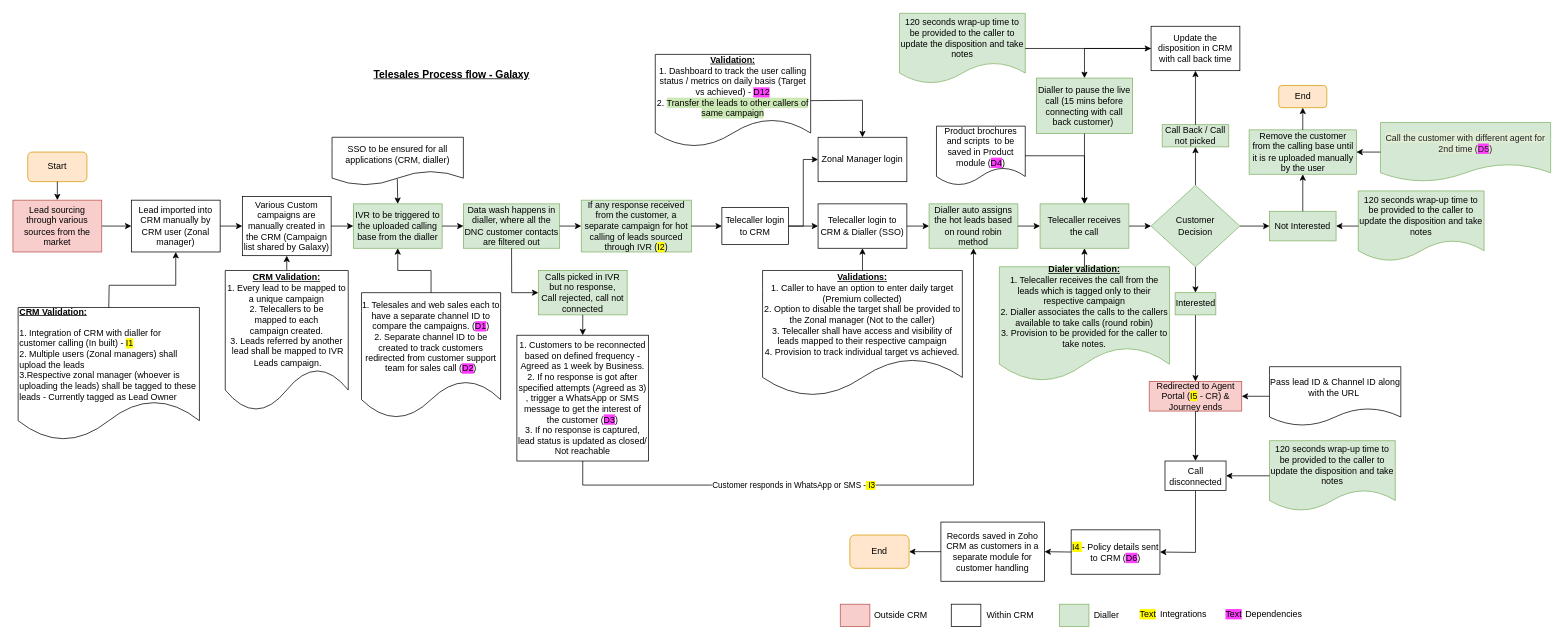
This is WebSales Revised.drawio from shaileshsreedar/Galaxy, a draw.io file, before an edit. Source tidied: cells renumbered, new cells numbered last; positions are measured from the earlier drawing's top-left corner, leaving out a move shared by most shapes. Both pictures are drawn from the tidied source at 74%, with x=0, y=0 at pixel (13, 13).
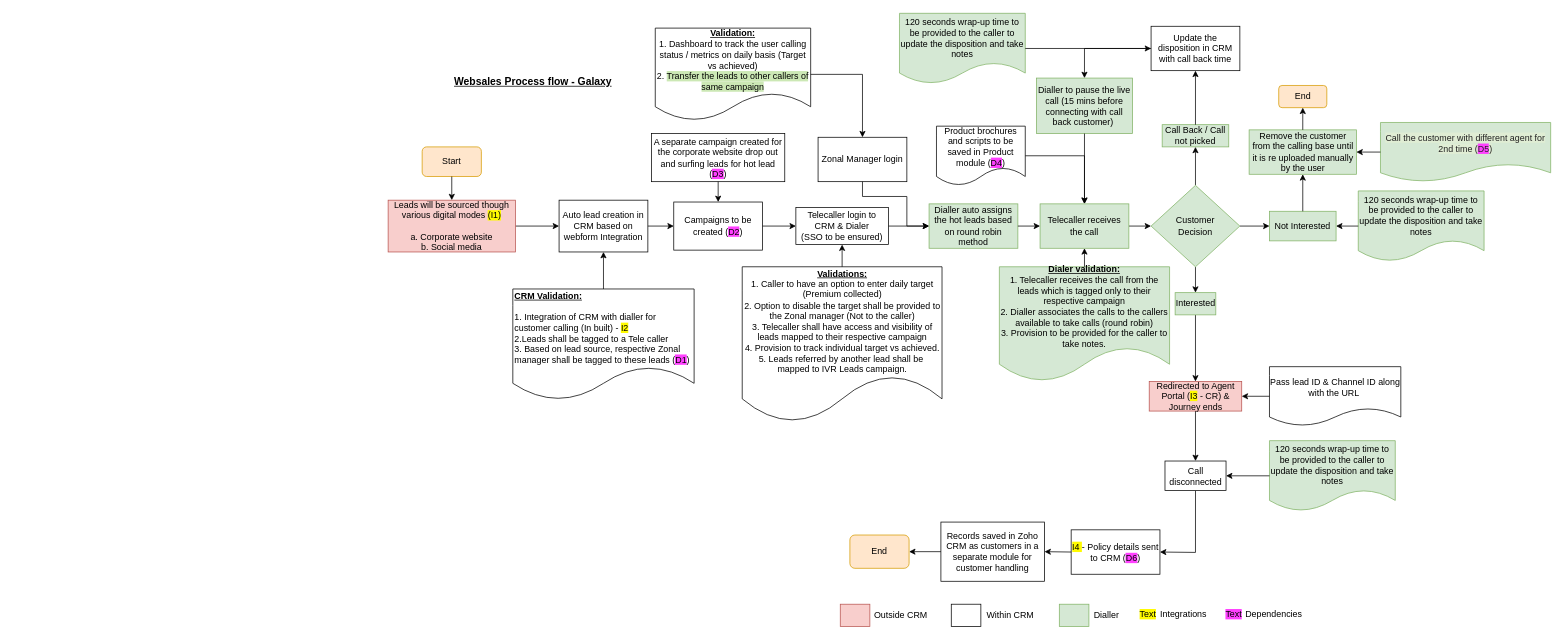
The same diagram, later.

The change refers to these unchanged cells:
```xml
<mxCell id="39" value="Dialler auto assigns the hot leads based on round robin method" style="rounded=0;whiteSpace=wrap;html=1;fillColor=#d5e8d4;strokeColor=#82b366;" parent="1" vertex="1">
  <mxGeometry x="1238" y="258" width="120" height="60" as="geometry" />
</mxCell>
<mxCell id="75" value="Zonal Manager login" style="rounded=0;whiteSpace=wrap;html=1;" parent="1" vertex="1">
  <mxGeometry x="1088" y="168" width="120" height="60" as="geometry" />
</mxCell>
```

Change to the diagram source:
```diff
@@
-    <mxCell id="3" value="Lead imported into CRM manually by CRM user (Zonal manager)" style="rounded=0;whiteSpace=wrap;html=1;" parent="1" vertex="1">
-      <mxGeometry x="160" y="253" width="120" height="70" as="geometry" />
+    <mxCell id="3" value="Auto lead creation in CRM based on webform Integration" style="rounded=0;whiteSpace=wrap;html=1;" parent="1" vertex="1">
+      <mxGeometry x="738" y="253" width="120" height="70" as="geometry" />
     </mxCell>
-    <mxCell id="4" value="IVR to be triggered to the uploaded calling base from the dialler" style="rounded=0;whiteSpace=wrap;html=1;fillColor=#d5e8d4;strokeColor=#82b366;" parent="1" vertex="1">
-      <mxGeometry x="460" y="258" width="120" height="60" as="geometry" />
-    </mxCell>
-    <mxCell id="5" value="Calls picked in IVR but no response,&lt;div&gt;Call rejected, call not connected&lt;/div&gt;" style="rounded=0;whiteSpace=wrap;html=1;fillColor=#d5e8d4;strokeColor=#82b366;" parent="1" vertex="1">
-      <mxGeometry x="710" y="348" width="120" height="60" as="geometry" />
-    </mxCell>
@@
-    <mxCell id="16" value="Redirected to Agent Portal (&lt;span style=&quot;background-color: rgb(255, 251, 0);&quot;&gt;I5&lt;/span&gt; - CR) &amp;amp; Journey ends" style="whiteSpace=wrap;html=1;fillColor=#f8cecc;strokeColor=#b85450;" parent="1" vertex="1">
+    <mxCell id="16" value="Redirected to Agent Portal (&lt;span style=&quot;background-color: rgb(255, 251, 0);&quot;&gt;I3&lt;/span&gt;&amp;nbsp;- CR) &amp;amp; Journey ends" style="whiteSpace=wrap;html=1;fillColor=#f8cecc;strokeColor=#b85450;" parent="1" vertex="1">
       <mxGeometry x="1535.5" y="498" width="125" height="40" as="geometry" />
     </mxCell>
@@
     <mxCell id="21" value="Start" style="rounded=1;whiteSpace=wrap;html=1;fillColor=#ffe6cc;strokeColor=#d79b00;" parent="1" vertex="1">
-      <mxGeometry x="20" y="188" width="80" height="40" as="geometry" />
+      <mxGeometry x="553" y="181" width="80" height="40" as="geometry" />
     </mxCell>
-    <mxCell id="22" value="Lead sourcing through various sources from the market" style="rounded=0;whiteSpace=wrap;html=1;fillColor=#f8cecc;strokeColor=#b85450;" parent="1" vertex="1">
-      <mxGeometry y="253" width="120" height="70" as="geometry" />
+    <mxCell id="22" value="Leads will be sourced though various digital modes&amp;nbsp;&lt;span style=&quot;background-color: rgb(255, 251, 0);&quot;&gt;(I1)&lt;/span&gt;&lt;div&gt;&lt;span style=&quot;background-color: rgb(255, 251, 0);&quot;&gt;&lt;br&gt;&lt;/span&gt;&lt;/div&gt;&lt;div&gt;a. Corporate website&lt;span style=&quot;background-color: rgb(255, 251, 0);&quot;&gt;&lt;br&gt;&lt;/span&gt;&lt;/div&gt;&lt;div&gt;b. Social media&lt;/div&gt;" style="rounded=0;whiteSpace=wrap;html=1;fillColor=#f8cecc;strokeColor=#b85450;" parent="1" vertex="1">
+      <mxGeometry x="507" y="253" width="172" height="70" as="geometry" />
     </mxCell>
@@
-    <mxCell id="24" value="&lt;b&gt;&lt;u&gt;CRM Validation:&lt;/u&gt;&lt;/b&gt;&lt;div&gt;&lt;b&gt;&lt;u&gt;&lt;br&gt;&lt;/u&gt;&lt;/b&gt;&lt;div&gt;1. Integration of CRM with dialler for customer calling (In built) - &lt;span style=&quot;background-color: rgb(255, 251, 0);&quot;&gt;I1&lt;/span&gt;&lt;/div&gt;&lt;div&gt;2. Multiple users (Zonal managers) shall upload the leads&lt;/div&gt;&lt;div&gt;3.Respective zonal manager (whoever is uploading the leads) shall be tagged to these leads - Currently tagged as Lead Owner&lt;/div&gt;&lt;/div&gt;" style="shape=document;whiteSpace=wrap;html=1;boundedLbl=1;align=left;" parent="1" vertex="1">
-      <mxGeometry x="7" y="398" width="245" height="180" as="geometry" />
+    <mxCell id="24" value="&lt;b&gt;&lt;u&gt;CRM Validation:&lt;/u&gt;&lt;/b&gt;&lt;div&gt;&lt;b&gt;&lt;u&gt;&lt;br&gt;&lt;/u&gt;&lt;/b&gt;&lt;div&gt;1. Integration of CRM with dialler for customer calling (In built) - &lt;span style=&quot;background-color: rgb(255, 251, 0);&quot;&gt;I2&lt;/span&gt;&lt;/div&gt;&lt;div&gt;2.Leads shall be tagged to a Tele caller&lt;/div&gt;&lt;/div&gt;&lt;div&gt;3. Based on lead source, respective Zonal manager shall be tagged to these leads (&lt;span style=&quot;background-color: rgb(255, 64, 255);&quot;&gt;D1&lt;/span&gt;)&lt;/div&gt;" style="shape=document;whiteSpace=wrap;html=1;boundedLbl=1;align=left;" parent="1" vertex="1">
+      <mxGeometry x="675.5" y="373" width="245" height="150" as="geometry" />
     </mxCell>
-    <mxCell id="25" style="endArrow=classic;html=1;rounded=0;exitX=0.5;exitY=0;exitDx=0;exitDy=0;entryX=0.5;entryY=1;entryDx=0;entryDy=0;" parent="1" edge="1" source="24" target="3">
-      <mxGeometry relative="1" as="geometry">
-        <Array as="points">
-          <mxPoint x="130" y="368" />
-          <mxPoint x="220" y="368" />
-        </Array>
-      </mxGeometry>
-    </mxCell>
-    <mxCell id="26" style="endArrow=classic;html=1;rounded=0;exitX=1;exitY=0.5;exitDx=0;exitDy=0;entryX=0;entryY=0.5;entryDx=0;entryDy=0;" parent="1" edge="1" source="3" target="41">
-      <mxGeometry relative="1" as="geometry" />
-    </mxCell>
-    <mxCell id="27" value="SSO to be ensured for all applications (CRM, dialler)" style="shape=document;whiteSpace=wrap;html=1;boundedLbl=1;" parent="1" vertex="1">
-      <mxGeometry x="431.2" y="168" width="177.5" height="65" as="geometry" />
-    </mxCell>
-    <mxCell id="28" style="endArrow=classic;html=1;rounded=0;exitX=0.497;exitY=0.865;exitDx=0;exitDy=0;exitPerimeter=0;entryX=0.5;entryY=0;entryDx=0;entryDy=0;" parent="1" edge="1" source="27" target="4">
-      <mxGeometry relative="1" as="geometry" />
-    </mxCell>
-    <mxCell id="29" value="Data wash happens in dialler, where all the DNC customer contacts are filtered out" style="rounded=0;whiteSpace=wrap;html=1;fillColor=#d5e8d4;strokeColor=#82b366;" parent="1" vertex="1">
-      <mxGeometry x="608.8" y="258" width="130" height="60" as="geometry" />
-    </mxCell>
-    <mxCell id="30" value="If any response received from the customer, a separate campaign for hot calling of leads sourced through IVR (&lt;span style=&quot;background-color: rgb(255, 251, 0);&quot;&gt;I2&lt;/span&gt;)" style="rounded=0;whiteSpace=wrap;html=1;fillColor=#d5e8d4;strokeColor=#82b366;" parent="1" vertex="1">
-      <mxGeometry x="768" y="253" width="148.8" height="70" as="geometry" />
-    </mxCell>
-    <mxCell id="31" style="endArrow=classic;html=1;rounded=0;exitX=1;exitY=0.5;exitDx=0;exitDy=0;entryX=0;entryY=0.5;entryDx=0;entryDy=0;" parent="1" edge="1" source="4" target="29">
-      <mxGeometry relative="1" as="geometry" />
-    </mxCell>
-    <mxCell id="32" style="endArrow=classic;html=1;rounded=0;exitX=1;exitY=0.5;exitDx=0;exitDy=0;entryX=0;entryY=0.5;entryDx=0;entryDy=0;" parent="1" edge="1" source="29" target="30">
-      <mxGeometry relative="1" as="geometry" />
-    </mxCell>
-    <mxCell id="33" style="endArrow=classic;html=1;rounded=0;exitX=0.5;exitY=1;exitDx=0;exitDy=0;entryX=0;entryY=0.5;entryDx=0;entryDy=0;" parent="1" edge="1" source="29" target="5">
-      <mxGeometry relative="1" as="geometry">
-        <Array as="points">
-          <mxPoint x="674" y="378" />
-        </Array>
-      </mxGeometry>
-    </mxCell>
-    <mxCell id="34" style="endArrow=classic;html=1;rounded=0;exitX=0.5;exitY=1;exitDx=0;exitDy=0;entryX=0.5;entryY=0;entryDx=0;entryDy=0;" parent="1" edge="1" source="5" target="35">
-      <mxGeometry relative="1" as="geometry" />
-    </mxCell>
-    <mxCell id="35" value="1. Customers to be reconnected based on defined frequency - Agreed as 1 week by Business.&lt;div&gt;2. If no response is got after specified attempts (Agreed as 3) , trigger a WhatsApp or SMS message to get the interest of the customer (&lt;span style=&quot;background-color: rgb(255, 64, 255);&quot;&gt;D3&lt;/span&gt;)&lt;/div&gt;&lt;div&gt;3. If no response is captured, lead status is updated as closed/ Not reachable&lt;/div&gt;" style="rounded=0;whiteSpace=wrap;html=1;" parent="1" vertex="1">
-      <mxGeometry x="681" y="435.5" width="178" height="170" as="geometry" />
-    </mxCell>
-    <mxCell id="36" style="endArrow=classic;html=1;rounded=0;exitX=1;exitY=0.5;exitDx=0;exitDy=0;entryX=0;entryY=0.5;entryDx=0;entryDy=0;" parent="1" edge="1" source="30" target="73">
-      <mxGeometry relative="1" as="geometry" />
-    </mxCell>
-    <mxCell id="37" value="1. Telesales and web sales each to have a separate channel ID to compare the campaigns. (&lt;span style=&quot;background-color: rgb(255, 64, 255);&quot;&gt;D1&lt;/span&gt;)&lt;div&gt;2. Separate channel ID to be created to track customers redirected from customer support team for sales call (&lt;span style=&quot;background-color: rgb(255, 51, 255);&quot;&gt;D2&lt;/span&gt;)&lt;/div&gt;" style="shape=document;whiteSpace=wrap;html=1;boundedLbl=1;" parent="1" vertex="1">
-      <mxGeometry x="471" y="378" width="188" height="170" as="geometry" />
-    </mxCell>
-    <mxCell id="38" style="endArrow=classic;html=1;rounded=0;exitX=0.5;exitY=0;exitDx=0;exitDy=0;entryX=0.5;entryY=1;entryDx=0;entryDy=0;" parent="1" edge="1" source="37" target="4">
-      <mxGeometry relative="1" as="geometry">
-        <Array as="points">
-          <mxPoint x="565" y="348" />
-          <mxPoint x="520" y="348" />
-        </Array>
-      </mxGeometry>
-    </mxCell>
@@
-    <mxCell id="41" value="Various Custom campaigns are manually created in the CRM (Campaign list shared by Galaxy)" style="rounded=0;whiteSpace=wrap;html=1;" parent="1" vertex="1">
-      <mxGeometry x="310" y="248" width="120" height="80" as="geometry" />
-    </mxCell>
-    <mxCell id="42" style="endArrow=classic;html=1;rounded=0;exitX=1;exitY=0.5;exitDx=0;exitDy=0;entryX=0;entryY=0.5;entryDx=0;entryDy=0;" parent="1" edge="1" source="41" target="4">
-      <mxGeometry relative="1" as="geometry" />
-    </mxCell>
-    <mxCell id="43" value="&lt;b&gt;&lt;u&gt;CRM Validation:&lt;/u&gt;&lt;/b&gt;&lt;div&gt;1. Every lead to be mapped to a unique campaign&lt;/div&gt;&lt;div&gt;2. T&lt;span style=&quot;white-space: pre;&quot;&gt;elecallers to be&lt;/span&gt;&lt;/div&gt;&lt;div&gt;&lt;span style=&quot;white-space: pre;&quot;&gt; mapped to each&amp;nbsp;&lt;/span&gt;&lt;/div&gt;&lt;div&gt;&lt;span style=&quot;white-space: pre;&quot;&gt;campaign created.&lt;/span&gt;&lt;/div&gt;&lt;div&gt;&lt;span style=&quot;white-space: pre;&quot;&gt;3. Leads referred by another&lt;/span&gt;&lt;/div&gt;&lt;div&gt;&lt;span style=&quot;white-space: pre;&quot;&gt; lead&amp;nbsp;&lt;/span&gt;&lt;span style=&quot;white-space: pre;&quot;&gt;shall be mapped to IVR&lt;/span&gt;&lt;/div&gt;&lt;div&gt;&lt;span style=&quot;white-space: pre;&quot;&gt; Leads &lt;/span&gt;&lt;span style=&quot;white-space: pre;&quot;&gt;campaign.&lt;/span&gt;&lt;/div&gt;" style="shape=document;whiteSpace=wrap;html=1;boundedLbl=1;" parent="1" vertex="1">
-      <mxGeometry x="286.9" y="348" width="166.2" height="190" as="geometry" />
-    </mxCell>
-    <mxCell id="44" style="endArrow=classic;html=1;rounded=0;exitX=0.5;exitY=0;exitDx=0;exitDy=0;entryX=0.5;entryY=1;entryDx=0;entryDy=0;" parent="1" edge="1" source="43" target="41">
-      <mxGeometry relative="1" as="geometry" />
-    </mxCell>
@@
-    <mxCell id="66" value="Product brochures and scripts &amp;nbsp;to be saved in Product module (&lt;span style=&quot;background-color: rgb(255, 64, 255);&quot;&gt;D4&lt;/span&gt;)" style="shape=document;whiteSpace=wrap;html=1;boundedLbl=1;" parent="1" vertex="1">
+    <mxCell id="66" value="Product brochures and scripts to be saved in Product module (&lt;span style=&quot;background-color: rgb(255, 64, 255);&quot;&gt;D4&lt;/span&gt;)" style="shape=document;whiteSpace=wrap;html=1;boundedLbl=1;" parent="1" vertex="1">
       <mxGeometry x="1248" y="153" width="120" height="80" as="geometry" />
     </mxCell>
@@
-    <mxCell id="68" value="&lt;b&gt;&lt;u&gt;Validations:&lt;/u&gt;&lt;/b&gt;&lt;div&gt;1. Caller to have an option to enter daily target (Premium collected)&lt;/div&gt;&lt;div&gt;2. Option to disable the target shall be provided to the Zonal manager (Not to the caller)&lt;/div&gt;&lt;div&gt;3. Telecaller shall have access and visibility of leads mapped to their respective campaign&lt;/div&gt;&lt;div&gt;4. Provision to track individual target vs achieved.&lt;/div&gt;" style="shape=document;whiteSpace=wrap;html=1;boundedLbl=1;" parent="1" vertex="1">
-      <mxGeometry x="1013" y="348" width="270" height="170" as="geometry" />
+    <mxCell id="68" value="&lt;b&gt;&lt;u&gt;Validations:&lt;/u&gt;&lt;/b&gt;&lt;div&gt;1. Caller to have an option to enter daily target (Premium collected)&lt;/div&gt;&lt;div&gt;2. Option to disable the target shall be provided to the Zonal manager (Not to the caller)&lt;/div&gt;&lt;div&gt;3. Telecaller shall have access and visibility of leads mapped to their respective campaign&lt;/div&gt;&lt;div&gt;4. Provision to track individual target vs achieved.&lt;/div&gt;&lt;div&gt;&lt;div&gt;&lt;span style=&quot;white-space: pre;&quot;&gt;5. Leads referred by another &lt;/span&gt;&lt;span style=&quot;white-space: pre;&quot;&gt;lead&amp;nbsp;&lt;/span&gt;&lt;span style=&quot;white-space: pre;&quot;&gt;shall be&amp;nbsp;&lt;/span&gt;&lt;/div&gt;&lt;div&gt;&lt;span style=&quot;white-space: pre;&quot;&gt;mapped to IVR &lt;/span&gt;&lt;span style=&quot;white-space: pre;&quot;&gt;Leads &lt;/span&gt;&lt;span style=&quot;white-space: pre;&quot;&gt;campaign.&lt;/span&gt;&lt;/div&gt;&lt;/div&gt;" style="shape=document;whiteSpace=wrap;html=1;boundedLbl=1;" parent="1" vertex="1">
+      <mxGeometry x="985.5" y="343" width="270" height="210" as="geometry" />
     </mxCell>
@@
-    <mxCell id="70" value="Telecaller login to CRM &amp;amp; Dialler (SSO)" style="rounded=0;whiteSpace=wrap;html=1;" parent="1" vertex="1">
-      <mxGeometry x="1088" y="258" width="120" height="60" as="geometry" />
-    </mxCell>
-    <mxCell id="71" style="endArrow=classic;html=1;rounded=0;exitX=1;exitY=0.5;exitDx=0;exitDy=0;entryX=0;entryY=0.5;entryDx=0;entryDy=0;" parent="1" edge="1" source="70" target="39">
+    <mxCell id="71" style="endArrow=classic;html=1;rounded=0;exitX=1;exitY=0.5;exitDx=0;exitDy=0;entryX=0;entryY=0.5;entryDx=0;entryDy=0;" parent="1" edge="1" source="73" target="39">
       <mxGeometry relative="1" as="geometry" />
     </mxCell>
-    <mxCell id="72" style="endArrow=classic;html=1;rounded=0;exitX=0.5;exitY=0;exitDx=0;exitDy=0;entryX=0.5;entryY=1;entryDx=0;entryDy=0;" parent="1" edge="1" source="68" target="70">
+    <mxCell id="72" style="endArrow=classic;html=1;rounded=0;exitX=0.5;exitY=0;exitDx=0;exitDy=0;entryX=0.5;entryY=1;entryDx=0;entryDy=0;" parent="1" edge="1" source="68" target="73">
       <mxGeometry relative="1" as="geometry" />
     </mxCell>
-    <mxCell id="73" value="Telecaller login to CRM" style="rounded=0;whiteSpace=wrap;html=1;" parent="1" vertex="1">
-      <mxGeometry x="958" y="263" width="90" height="50" as="geometry" />
+    <mxCell id="73" value="Telecaller login to CRM &amp;amp; Dialer&lt;div&gt;(SSO to be ensured)&lt;/div&gt;" style="rounded=0;whiteSpace=wrap;html=1;" parent="1" vertex="1">
+      <mxGeometry x="1058" y="263" width="125" height="50" as="geometry" />
     </mxCell>
-    <mxCell id="74" style="endArrow=classic;html=1;rounded=0;exitX=1;exitY=0.5;exitDx=0;exitDy=0;entryX=0;entryY=0.5;entryDx=0;entryDy=0;" parent="1" edge="1" source="73" target="70">
-      <mxGeometry relative="1" as="geometry" />
-    </mxCell>
@@
-    <mxCell id="76" style="endArrow=classic;html=1;rounded=0;exitX=1;exitY=0.5;exitDx=0;exitDy=0;entryX=0;entryY=0.5;entryDx=0;entryDy=0;" parent="1" edge="1" source="73" target="75">
-      <mxGeometry relative="1" as="geometry">
-        <Array as="points">
-          <mxPoint x="1068" y="288" />
-          <mxPoint x="1068" y="198" />
-        </Array>
-      </mxGeometry>
-    </mxCell>
-    <mxCell id="77" value="&lt;b&gt;&lt;u&gt;Validation:&lt;/u&gt;&lt;/b&gt;&lt;div&gt;1. Dashboard to track the user calling status / metrics on daily basis (Target vs achieved) - &lt;span style=&quot;background-color: rgb(255, 64, 255);&quot;&gt;D12&lt;/span&gt;&lt;div&gt;2. &lt;span style=&quot;background-color: rgb(204, 232, 181);&quot;&gt;Transfer&amp;nbsp;the leads to other callers of same campaign&lt;/span&gt;&lt;/div&gt;&lt;/div&gt;" style="shape=document;whiteSpace=wrap;html=1;boundedLbl=1;" parent="1" vertex="1">
-      <mxGeometry x="868" y="56" width="210" height="125" as="geometry" />
+    <mxCell id="77" value="&lt;b&gt;&lt;u&gt;Validation:&lt;/u&gt;&lt;/b&gt;&lt;div&gt;1. Dashboard to track the user calling status / metrics on daily basis (Target vs achieved)&lt;div&gt;2. &lt;span style=&quot;background-color: rgb(204, 232, 181);&quot;&gt;Transfer&amp;nbsp;the leads to other callers of same campaign&lt;/span&gt;&lt;/div&gt;&lt;/div&gt;" style="shape=document;whiteSpace=wrap;html=1;boundedLbl=1;" parent="1" vertex="1">
+      <mxGeometry x="868" y="20.5" width="210" height="125" as="geometry" />
     </mxCell>
     <mxCell id="78" style="endArrow=classic;html=1;rounded=0;exitX=1;exitY=0.5;exitDx=0;exitDy=0;entryX=0.5;entryY=0;entryDx=0;entryDy=0;" parent="1" edge="1" source="77" target="75">
       <mxGeometry relative="1" as="geometry">
         <Array as="points">
-          <mxPoint x="1148" y="118" />
+          <mxPoint x="1148" y="83" />
         </Array>
       </mxGeometry>
     </mxCell>
-    <mxCell id="79" style="endArrow=classic;html=1;rounded=0;exitX=0.5;exitY=1;exitDx=0;exitDy=0;entryX=0.5;entryY=1;entryDx=0;entryDy=0;" parent="1" edge="1" source="35" target="39">
-      <mxGeometry relative="1" as="geometry">
-        <Array as="points">
-          <mxPoint x="770" y="638" />
-          <mxPoint x="1298" y="638" />
-        </Array>
-      </mxGeometry>
-    </mxCell>
-    <mxCell id="80" value="Customer responds in WhatsApp or SMS -&lt;span style=&quot;background-color: rgb(255, 251, 0);&quot;&gt; I3&lt;/span&gt;" style="edgeLabel;html=1;align=center;verticalAlign=middle;" parent="79" vertex="1">
-      <mxGeometry x="-0.28" y="-3" relative="1" as="geometry">
-        <mxPoint y="-3" as="offset" />
-      </mxGeometry>
-    </mxCell>
-    <mxCell id="81" value="Telesales Process flow - Galaxy" style="text;html=1;align=center;verticalAlign=middle;whiteSpace=wrap;rounded=0;fontSize=14;fontStyle=5;" parent="1" vertex="1">
-      <mxGeometry x="468" y="68" width="250" height="30" as="geometry" />
+    <mxCell id="81" value="Websales Process flow - Galaxy" style="text;html=1;align=center;verticalAlign=middle;whiteSpace=wrap;rounded=0;fontSize=14;fontStyle=5;" parent="1" vertex="1">
+      <mxGeometry x="578" y="78" width="250" height="30" as="geometry" />
     </mxCell>
@@
+    <mxCell id="95" value="Campaigns to be created (&lt;span style=&quot;background-color: rgb(255, 64, 255);&quot;&gt;D2&lt;/span&gt;)" style="rounded=0;whiteSpace=wrap;html=1;" parent="1" vertex="1">
+      <mxGeometry x="893" y="255.5" width="120" height="65" as="geometry" />
+    </mxCell>
+    <mxCell id="96" value="A separate campaign created for the corporate website drop out and surfing leads for hot lead (&lt;span style=&quot;background-color: rgb(255, 64, 255);&quot;&gt;D3&lt;/span&gt;)" style="rounded=0;whiteSpace=wrap;html=1;" parent="1" vertex="1">
+      <mxGeometry x="863" y="163" width="180" height="65" as="geometry" />
+    </mxCell>
+    <mxCell id="97" style="endArrow=classic;html=1;rounded=0;exitX=1;exitY=0.5;exitDx=0;exitDy=0;entryX=0;entryY=0.5;entryDx=0;entryDy=0;" parent="1" edge="1" source="3" target="95">
+      <mxGeometry relative="1" as="geometry" />
+    </mxCell>
+    <mxCell id="98" style="endArrow=classic;html=1;rounded=0;exitX=0.5;exitY=1;exitDx=0;exitDy=0;entryX=0.5;entryY=0;entryDx=0;entryDy=0;" parent="1" edge="1" source="96" target="95">
+      <mxGeometry relative="1" as="geometry" />
+    </mxCell>
+    <mxCell id="99" style="endArrow=classic;html=1;rounded=0;exitX=1;exitY=0.5;exitDx=0;exitDy=0;entryX=0;entryY=0.5;entryDx=0;entryDy=0;" parent="1" edge="1" source="95" target="73">
+      <mxGeometry relative="1" as="geometry" />
+    </mxCell>
+    <mxCell id="25" style="endArrow=classic;html=1;rounded=0;exitX=0.5;exitY=0;exitDx=0;exitDy=0;entryX=0.5;entryY=1;entryDx=0;entryDy=0;" parent="1" edge="1" source="24" target="3">
+      <mxGeometry relative="1" as="geometry" />
+    </mxCell>
+    <mxCell id="100" style="endArrow=classic;html=1;rounded=0;exitX=0.5;exitY=1;exitDx=0;exitDy=0;entryX=0;entryY=0.5;entryDx=0;entryDy=0;" parent="1" edge="1" source="75" target="39">
+      <mxGeometry relative="1" as="geometry">
+        <Array as="points">
+          <mxPoint x="1148" y="248" />
+          <mxPoint x="1208" y="248" />
+          <mxPoint x="1208" y="288" />
+        </Array>
+      </mxGeometry>
+    </mxCell>
```
